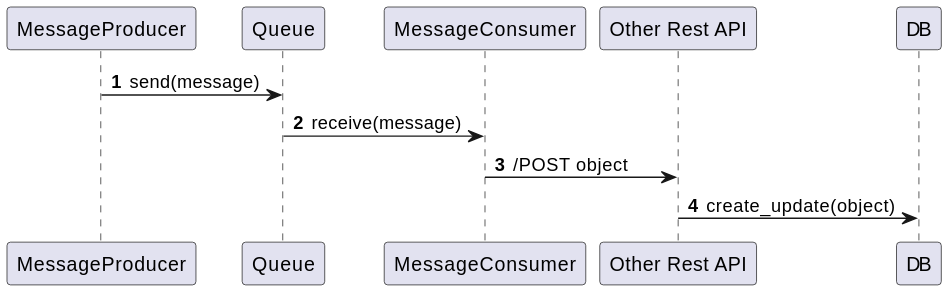
Before: doc/adr/img/PublisherSubscriberDiagram.svg, a diagram exported from PlantUML (adetola-adewodu/architecture-decision-records).
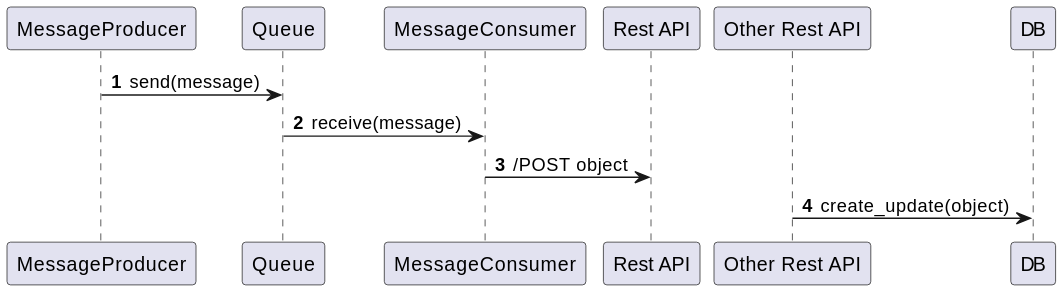
After the change.

Diff of the diagram source:
```diff
@@ -2,6 +2,6 @@
 autonumber
 MessageProducer -> Queue : send(message)
 Queue -> MessageConsumer : receive(message)
-MessageConsumer -> "Other Rest API": /POST object
+MessageConsumer -> "Rest API": /POST object
 "Other Rest API" -> DB: create_update(object)
 @enduml
```
